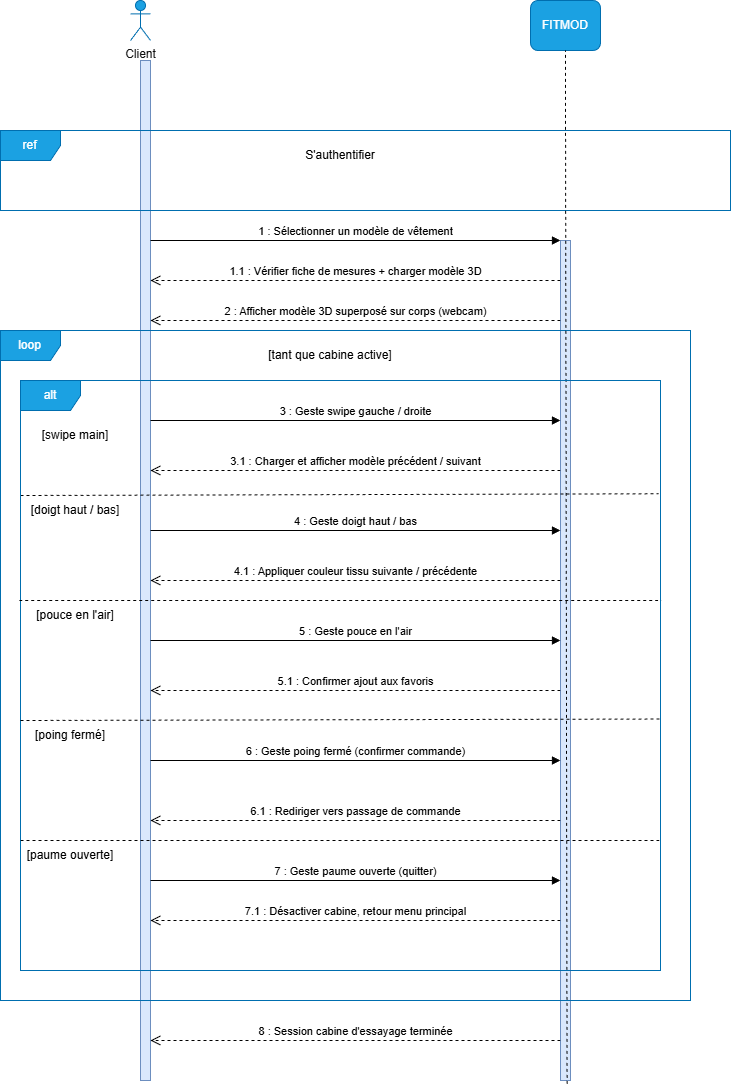
Before: Cabine_d'essayage_Sequence.png, a diagram exported from draw.io (Kim-SypherX/Soutenance). Source tidied: cells renumbered, new cells last; positions are measured from the earlier drawing's top-left corner, leaving out a move shared by most shapes.
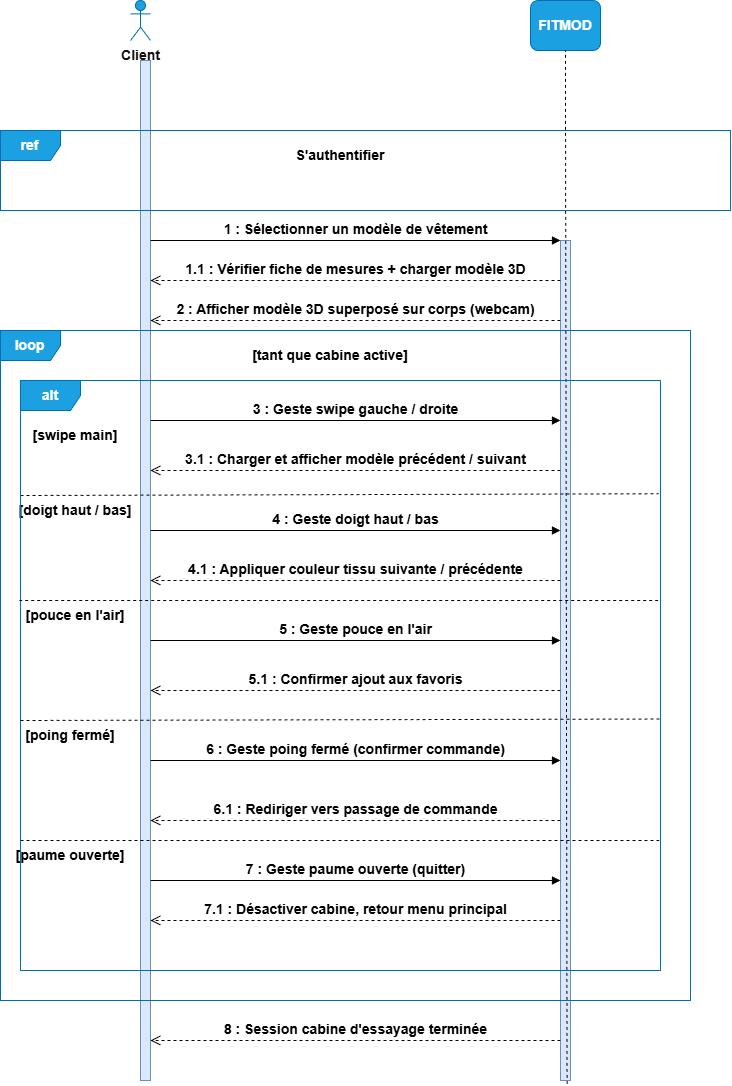
Above is the later version.

The edit, as a diff of the source:
```diff
@@ -8,32 +8,32 @@
     <mxCell id="3" style="html=1;points=[[0,0,0,0,5],[0,1,0,0,-5],[1,0,0,0,5],[1,1,0,0,-5]];perimeter=orthogonalPerimeter;outlineConnect=0;targetShapes=umlLifeline;portConstraint=eastwest;newEdgeStyle={&quot;curved&quot;:0,&quot;rounded&quot;:0};fillColor=#dae8fc;strokeColor=#6c8ebf;" parent="1" vertex="1">
       <mxGeometry x="560" y="240" width="10" height="840" as="geometry" />
     </mxCell>
-    <mxCell id="4" value="&lt;span style=&quot;color: rgb(17, 17, 17);&quot;&gt;Client&lt;/span&gt;" style="shape=umlActor;verticalLabelPosition=bottom;verticalAlign=top;html=1;fillColor=#1ba1e2;fontColor=#ffffff;strokeColor=#006EAF;" parent="1" vertex="1">
+    <mxCell id="4" value="&lt;span style=&quot;color: rgb(17, 17, 17);&quot;&gt;&lt;font style=&quot;font-size: 14px;&quot;&gt;&lt;b&gt;Client&lt;/b&gt;&lt;/font&gt;&lt;/span&gt;" style="shape=umlActor;verticalLabelPosition=bottom;verticalAlign=top;html=1;fillColor=#1ba1e2;fontColor=#ffffff;strokeColor=#006EAF;" parent="1" vertex="1">
       <mxGeometry x="130" width="20" height="40" as="geometry" />
     </mxCell>
-    <mxCell id="5" value="FITMOD" style="rounded=1;whiteSpace=wrap;html=1;fillColor=#1ba1e2;fontColor=#ffffff;strokeColor=#006EAF;" parent="1" vertex="1">
+    <mxCell id="5" value="&lt;b&gt;&lt;font style=&quot;font-size: 14px;&quot;&gt;FITMOD&lt;/font&gt;&lt;/b&gt;" style="rounded=1;whiteSpace=wrap;html=1;fillColor=#1ba1e2;fontColor=#ffffff;strokeColor=#006EAF;" parent="1" vertex="1">
       <mxGeometry x="530" width="70" height="50" as="geometry" />
     </mxCell>
-    <mxCell id="6" value="loop" style="shape=umlFrame;whiteSpace=wrap;html=1;fillColor=#1ba1e2;strokeColor=#006EAF;fontColor=#ffffff;" parent="1" vertex="1">
+    <mxCell id="6" value="&lt;b&gt;&lt;font style=&quot;font-size: 14px;&quot;&gt;loop&lt;/font&gt;&lt;/b&gt;" style="shape=umlFrame;whiteSpace=wrap;html=1;fillColor=#1ba1e2;strokeColor=#006EAF;fontColor=#ffffff;" parent="1" vertex="1">
       <mxGeometry y="330" width="690" height="670" as="geometry" />
     </mxCell>
-    <mxCell id="7" value="S'authentifier" style="text;html=1;whiteSpace=wrap;strokeColor=none;fillColor=none;align=center;verticalAlign=middle;rounded=0;" parent="1" vertex="1">
+    <mxCell id="7" value="&lt;font style=&quot;font-size: 14px;&quot;&gt;&lt;b&gt;S'authentifier&lt;/b&gt;&lt;/font&gt;" style="text;html=1;whiteSpace=wrap;strokeColor=none;fillColor=none;align=center;verticalAlign=middle;rounded=0;" parent="1" vertex="1">
       <mxGeometry x="285" y="140" width="110" height="30" as="geometry" />
     </mxCell>
-    <mxCell id="8" value="1 : Sélectionner un modèle de vêtement" style="html=1;verticalAlign=bottom;endArrow=block;curved=0;rounded=0;" parent="1" edge="1" target="3">
+    <mxCell id="8" value="&lt;b&gt;&lt;font style=&quot;font-size: 14px;&quot;&gt;1 : Sélectionner un modèle de vêtement&lt;/font&gt;&lt;/b&gt;" style="html=1;verticalAlign=bottom;endArrow=block;curved=0;rounded=0;" parent="1" edge="1" target="3">
       <mxGeometry relative="1" as="geometry">
         <mxPoint x="150" y="240" as="sourcePoint" />
       </mxGeometry>
     </mxCell>
-    <mxCell id="9" value="1.1 : Vérifier fiche de mesures + charger modèle 3D" style="html=1;verticalAlign=bottom;endArrow=open;dashed=1;endSize=8;curved=0;rounded=0;" parent="1" edge="1" target="2">
+    <mxCell id="9" value="&lt;b&gt;&lt;font style=&quot;font-size: 14px;&quot;&gt;1.1 : Vérifier fiche de mesures + charger modèle 3D&lt;/font&gt;&lt;/b&gt;" style="html=1;verticalAlign=bottom;endArrow=open;dashed=1;endSize=8;curved=0;rounded=0;" parent="1" edge="1" target="2">
       <mxGeometry relative="1" as="geometry">
         <mxPoint x="560" y="280" as="sourcePoint" />
       </mxGeometry>
     </mxCell>
-    <mxCell id="10" value="ref" style="shape=umlFrame;whiteSpace=wrap;html=1;fillColor=#1ba1e2;strokeColor=#006EAF;fontColor=#ffffff;" parent="1" vertex="1">
+    <mxCell id="10" value="&lt;font style=&quot;font-size: 14px;&quot;&gt;&lt;b&gt;ref&lt;/b&gt;&lt;/font&gt;" style="shape=umlFrame;whiteSpace=wrap;html=1;fillColor=#1ba1e2;strokeColor=#006EAF;fontColor=#ffffff;" parent="1" vertex="1">
       <mxGeometry y="130" width="730" height="80" as="geometry" />
     </mxCell>
-    <mxCell id="11" value="3.1 : Charger et afficher modèle précédent / suivant" style="html=1;verticalAlign=bottom;endArrow=open;dashed=1;endSize=8;curved=0;rounded=0;" parent="1" edge="1">
+    <mxCell id="11" value="&lt;font style=&quot;font-size: 14px;&quot;&gt;&lt;b&gt;3.1 : Charger et afficher modèle précédent / suivant&lt;/b&gt;&lt;/font&gt;" style="html=1;verticalAlign=bottom;endArrow=open;dashed=1;endSize=8;curved=0;rounded=0;" parent="1" edge="1">
       <mxGeometry relative="1" as="geometry">
         <mxPoint x="560" y="470" as="sourcePoint" />
         <mxPoint x="150" y="470" as="targetPoint" />
@@ -44,43 +44,43 @@
         <mxPoint x="20" y="495" as="sourcePoint" />
       </mxGeometry>
     </mxCell>
-    <mxCell id="13" value="[swipe main]" style="text;html=1;whiteSpace=wrap;strokeColor=none;fillColor=none;align=center;verticalAlign=middle;rounded=0;" parent="1" vertex="1">
-      <mxGeometry x="30" y="420" width="90" height="30" as="geometry" />
+    <mxCell id="13" value="&lt;b&gt;&lt;font style=&quot;font-size: 14px;&quot;&gt;[swipe main]&lt;/font&gt;&lt;/b&gt;" style="text;html=1;whiteSpace=wrap;strokeColor=none;fillColor=none;align=center;verticalAlign=middle;rounded=0;" parent="1" vertex="1">
+      <mxGeometry x="20" y="420" width="110" height="30" as="geometry" />
     </mxCell>
-    <mxCell id="14" value="[doigt haut / bas]" style="text;html=1;whiteSpace=wrap;strokeColor=none;fillColor=none;align=center;verticalAlign=middle;rounded=0;" parent="1" vertex="1">
-      <mxGeometry x="20" y="495" width="110" height="30" as="geometry" />
+    <mxCell id="14" value="&lt;b&gt;&lt;font style=&quot;font-size: 14px;&quot;&gt;[doigt haut / bas]&lt;/font&gt;&lt;/b&gt;" style="text;html=1;whiteSpace=wrap;strokeColor=none;fillColor=none;align=center;verticalAlign=middle;rounded=0;" parent="1" vertex="1">
+      <mxGeometry x="5" y="495" width="140" height="30" as="geometry" />
     </mxCell>
-    <mxCell id="15" value="4 : Geste doigt haut / bas" style="html=1;verticalAlign=bottom;endArrow=block;curved=0;rounded=0;" parent="1" edge="1">
+    <mxCell id="15" value="&lt;b&gt;&lt;font style=&quot;font-size: 14px;&quot;&gt;4 : Geste doigt haut / bas&lt;/font&gt;&lt;/b&gt;" style="html=1;verticalAlign=bottom;endArrow=block;curved=0;rounded=0;" parent="1" edge="1">
       <mxGeometry relative="1" as="geometry">
         <mxPoint x="150" y="530" as="sourcePoint" />
         <mxPoint x="560" y="530" as="targetPoint" />
       </mxGeometry>
     </mxCell>
-    <mxCell id="16" value="4.1 : Appliquer couleur tissu suivante / précédente" style="html=1;verticalAlign=bottom;endArrow=open;dashed=1;endSize=8;curved=0;rounded=0;" parent="1" edge="1">
+    <mxCell id="16" value="&lt;b&gt;&lt;font style=&quot;font-size: 14px;&quot;&gt;4.1 : Appliquer couleur tissu suivante / précédente&lt;/font&gt;&lt;/b&gt;" style="html=1;verticalAlign=bottom;endArrow=open;dashed=1;endSize=8;curved=0;rounded=0;" parent="1" edge="1">
       <mxGeometry relative="1" as="geometry">
         <mxPoint x="560" y="580" as="sourcePoint" />
         <mxPoint x="150" y="580" as="targetPoint" />
       </mxGeometry>
     </mxCell>
-    <mxCell id="17" value="5 : Geste pouce en l'air" style="html=1;verticalAlign=bottom;endArrow=block;curved=0;rounded=0;" parent="1" edge="1">
+    <mxCell id="17" value="&lt;b&gt;&lt;font style=&quot;font-size: 14px;&quot;&gt;5 : Geste pouce en l'air&lt;/font&gt;&lt;/b&gt;" style="html=1;verticalAlign=bottom;endArrow=block;curved=0;rounded=0;" parent="1" edge="1">
       <mxGeometry relative="1" as="geometry">
         <mxPoint x="150" y="640" as="sourcePoint" />
         <mxPoint x="560" y="640" as="targetPoint" />
       </mxGeometry>
     </mxCell>
-    <mxCell id="18" value="5.1 : Confirmer ajout aux favoris" style="html=1;verticalAlign=bottom;endArrow=open;dashed=1;endSize=8;curved=0;rounded=0;" parent="1" edge="1">
+    <mxCell id="18" value="&lt;font style=&quot;font-size: 14px;&quot;&gt;&lt;b&gt;5.1 : Confirmer ajout aux favoris&lt;/b&gt;&lt;/font&gt;" style="html=1;verticalAlign=bottom;endArrow=open;dashed=1;endSize=8;curved=0;rounded=0;" parent="1" edge="1">
       <mxGeometry relative="1" as="geometry">
         <mxPoint x="560" y="690" as="sourcePoint" />
         <mxPoint x="150" y="690" as="targetPoint" />
       </mxGeometry>
     </mxCell>
-    <mxCell id="19" value="6 : Geste poing fermé (confirmer commande)" style="html=1;verticalAlign=bottom;endArrow=block;curved=0;rounded=0;" parent="1" edge="1">
+    <mxCell id="19" value="&lt;font style=&quot;font-size: 14px;&quot;&gt;&lt;b&gt;6 : Geste poing fermé (confirmer commande)&lt;/b&gt;&lt;/font&gt;" style="html=1;verticalAlign=bottom;endArrow=block;curved=0;rounded=0;" parent="1" edge="1">
       <mxGeometry relative="1" as="geometry">
         <mxPoint x="150" y="760" as="sourcePoint" />
         <mxPoint x="560" y="760" as="targetPoint" />
       </mxGeometry>
     </mxCell>
-    <mxCell id="20" value="6.1 : Rediriger vers passage de commande" style="html=1;verticalAlign=bottom;endArrow=open;dashed=1;endSize=8;curved=0;rounded=0;" parent="1" edge="1">
+    <mxCell id="20" value="&lt;font style=&quot;font-size: 14px;&quot;&gt;&lt;b&gt;6.1 : Rediriger vers passage de commande&lt;/b&gt;&lt;/font&gt;" style="html=1;verticalAlign=bottom;endArrow=open;dashed=1;endSize=8;curved=0;rounded=0;" parent="1" edge="1">
       <mxGeometry relative="1" as="geometry">
         <mxPoint x="560" y="820" as="sourcePoint" />
         <mxPoint x="150" y="820" as="targetPoint" />
@@ -94,19 +94,19 @@
         </Array>
       </mxGeometry>
     </mxCell>
-    <mxCell id="22" value="2 : Afficher modèle 3D superposé sur corps (webcam)" style="html=1;verticalAlign=bottom;endArrow=open;dashed=1;endSize=8;curved=0;rounded=0;" parent="1" edge="1">
+    <mxCell id="22" value="&lt;font style=&quot;font-size: 14px;&quot;&gt;&lt;b&gt;2 : Afficher modèle 3D superposé sur corps (webcam)&lt;/b&gt;&lt;/font&gt;" style="html=1;verticalAlign=bottom;endArrow=open;dashed=1;endSize=8;curved=0;rounded=0;" parent="1" edge="1">
       <mxGeometry relative="1" as="geometry">
         <mxPoint x="560" y="320" as="sourcePoint" />
         <mxPoint x="150" y="320" as="targetPoint" />
       </mxGeometry>
     </mxCell>
-    <mxCell id="23" value="alt" style="shape=umlFrame;whiteSpace=wrap;html=1;fillColor=#1ba1e2;strokeColor=#006EAF;fontColor=#ffffff;" parent="1" vertex="1">
+    <mxCell id="23" value="&lt;font style=&quot;font-size: 14px;&quot;&gt;&lt;b&gt;alt&lt;/b&gt;&lt;/font&gt;" style="shape=umlFrame;whiteSpace=wrap;html=1;fillColor=#1ba1e2;strokeColor=#006EAF;fontColor=#ffffff;" parent="1" vertex="1">
       <mxGeometry x="20" y="380" width="640" height="590" as="geometry" />
     </mxCell>
-    <mxCell id="24" value="[tant que cabine active]" style="text;html=1;whiteSpace=wrap;strokeColor=none;fillColor=none;align=center;verticalAlign=middle;rounded=0;" parent="1" vertex="1">
-      <mxGeometry x="255" y="340" width="150" height="30" as="geometry" />
+    <mxCell id="24" value="&lt;font style=&quot;font-size: 14px;&quot;&gt;&lt;b&gt;[tant que cabine active]&lt;/b&gt;&lt;/font&gt;" style="text;html=1;whiteSpace=wrap;strokeColor=none;fillColor=none;align=center;verticalAlign=middle;rounded=0;" parent="1" vertex="1">
+      <mxGeometry x="240" y="340" width="180" height="30" as="geometry" />
     </mxCell>
-    <mxCell id="25" value="3 : Geste swipe gauche / droite" style="html=1;verticalAlign=bottom;endArrow=block;curved=0;rounded=0;" parent="1" edge="1">
+    <mxCell id="25" value="&lt;b&gt;&lt;font style=&quot;font-size: 14px;&quot;&gt;3 : Geste swipe gauche / droite&lt;/font&gt;&lt;/b&gt;" style="html=1;verticalAlign=bottom;endArrow=block;curved=0;rounded=0;" parent="1" edge="1">
       <mxGeometry relative="1" as="geometry">
         <mxPoint x="150" y="420" as="sourcePoint" />
         <mxPoint x="560" y="420" as="targetPoint" />
@@ -118,8 +118,8 @@
         <mxPoint x="661" y="600" as="targetPoint" />
       </mxGeometry>
     </mxCell>
-    <mxCell id="27" value="[pouce en l'air]" style="text;html=1;whiteSpace=wrap;strokeColor=none;fillColor=none;align=center;verticalAlign=middle;rounded=0;" parent="1" vertex="1">
-      <mxGeometry x="25" y="600" width="100" height="30" as="geometry" />
+    <mxCell id="27" value="&lt;b&gt;&lt;font style=&quot;font-size: 14px;&quot;&gt;[pouce en l'air]&lt;/font&gt;&lt;/b&gt;" style="text;html=1;whiteSpace=wrap;strokeColor=none;fillColor=none;align=center;verticalAlign=middle;rounded=0;" parent="1" vertex="1">
+      <mxGeometry x="15" y="600" width="120" height="30" as="geometry" />
     </mxCell>
     <mxCell id="28" style="endArrow=none;dashed=1;html=1;rounded=0;entryX=1;entryY=0.465;entryDx=0;entryDy=0;entryPerimeter=0;" parent="1" edge="1">
       <mxGeometry relative="1" as="geometry">
@@ -127,8 +127,8 @@
         <mxPoint x="660" y="718.5" as="targetPoint" />
       </mxGeometry>
     </mxCell>
-    <mxCell id="29" value="[poing fermé]" style="text;html=1;whiteSpace=wrap;strokeColor=none;fillColor=none;align=center;verticalAlign=middle;rounded=0;" parent="1" vertex="1">
-      <mxGeometry x="25" y="720" width="90" height="30" as="geometry" />
+    <mxCell id="29" value="&lt;font style=&quot;font-size: 14px;&quot;&gt;&lt;b&gt;[poing fermé]&lt;/b&gt;&lt;/font&gt;" style="text;html=1;whiteSpace=wrap;strokeColor=none;fillColor=none;align=center;verticalAlign=middle;rounded=0;" parent="1" vertex="1">
+      <mxGeometry x="15" y="720" width="110" height="30" as="geometry" />
     </mxCell>
     <mxCell id="30" style="endArrow=none;dashed=1;html=1;rounded=0;entryX=1;entryY=0.465;entryDx=0;entryDy=0;entryPerimeter=0;" parent="1" edge="1">
       <mxGeometry relative="1" as="geometry">
@@ -136,22 +136,22 @@
         <mxPoint x="660" y="840" as="targetPoint" />
       </mxGeometry>
     </mxCell>
-    <mxCell id="31" value="[paume ouverte]" style="text;html=1;whiteSpace=wrap;strokeColor=none;fillColor=none;align=center;verticalAlign=middle;rounded=0;" parent="1" vertex="1">
-      <mxGeometry x="15" y="840" width="110" height="30" as="geometry" />
+    <mxCell id="31" value="&lt;b&gt;&lt;font style=&quot;font-size: 14px;&quot;&gt;[paume ouverte]&lt;/font&gt;&lt;/b&gt;" style="text;html=1;whiteSpace=wrap;strokeColor=none;fillColor=none;align=center;verticalAlign=middle;rounded=0;" parent="1" vertex="1">
+      <mxGeometry x="5" y="840" width="130" height="30" as="geometry" />
     </mxCell>
-    <mxCell id="32" value="7 : Geste paume ouverte (quitter)" style="html=1;verticalAlign=bottom;endArrow=block;curved=0;rounded=0;" parent="1" edge="1">
+    <mxCell id="32" value="&lt;font style=&quot;font-size: 14px;&quot;&gt;&lt;b&gt;7 : Geste paume ouverte (quitter)&lt;/b&gt;&lt;/font&gt;" style="html=1;verticalAlign=bottom;endArrow=block;curved=0;rounded=0;" parent="1" edge="1">
       <mxGeometry relative="1" as="geometry">
         <mxPoint x="150" y="880" as="sourcePoint" />
         <mxPoint x="560" y="880" as="targetPoint" />
       </mxGeometry>
     </mxCell>
-    <mxCell id="33" value="7.1 : Désactiver cabine, retour menu principal" style="html=1;verticalAlign=bottom;endArrow=open;dashed=1;endSize=8;curved=0;rounded=0;" parent="1" edge="1">
+    <mxCell id="33" value="&lt;b&gt;&lt;font style=&quot;font-size: 14px;&quot;&gt;7.1 : Désactiver cabine, retour menu principal&lt;/font&gt;&lt;/b&gt;" style="html=1;verticalAlign=bottom;endArrow=open;dashed=1;endSize=8;curved=0;rounded=0;" parent="1" edge="1">
       <mxGeometry relative="1" as="geometry">
         <mxPoint x="560" y="920" as="sourcePoint" />
         <mxPoint x="150" y="920" as="targetPoint" />
       </mxGeometry>
     </mxCell>
-    <mxCell id="34" value="8 : Session cabine d'essayage terminée" style="html=1;verticalAlign=bottom;endArrow=open;dashed=1;endSize=8;curved=0;rounded=0;" parent="1" edge="1">
+    <mxCell id="34" value="&lt;b&gt;&lt;font style=&quot;font-size: 14px;&quot;&gt;8 : Session cabine d'essayage terminée&lt;/font&gt;&lt;/b&gt;" style="html=1;verticalAlign=bottom;endArrow=open;dashed=1;endSize=8;curved=0;rounded=0;" parent="1" edge="1">
       <mxGeometry relative="1" as="geometry">
         <mxPoint x="560" y="1040" as="sourcePoint" />
         <mxPoint x="150" y="1040" as="targetPoint" />
```
